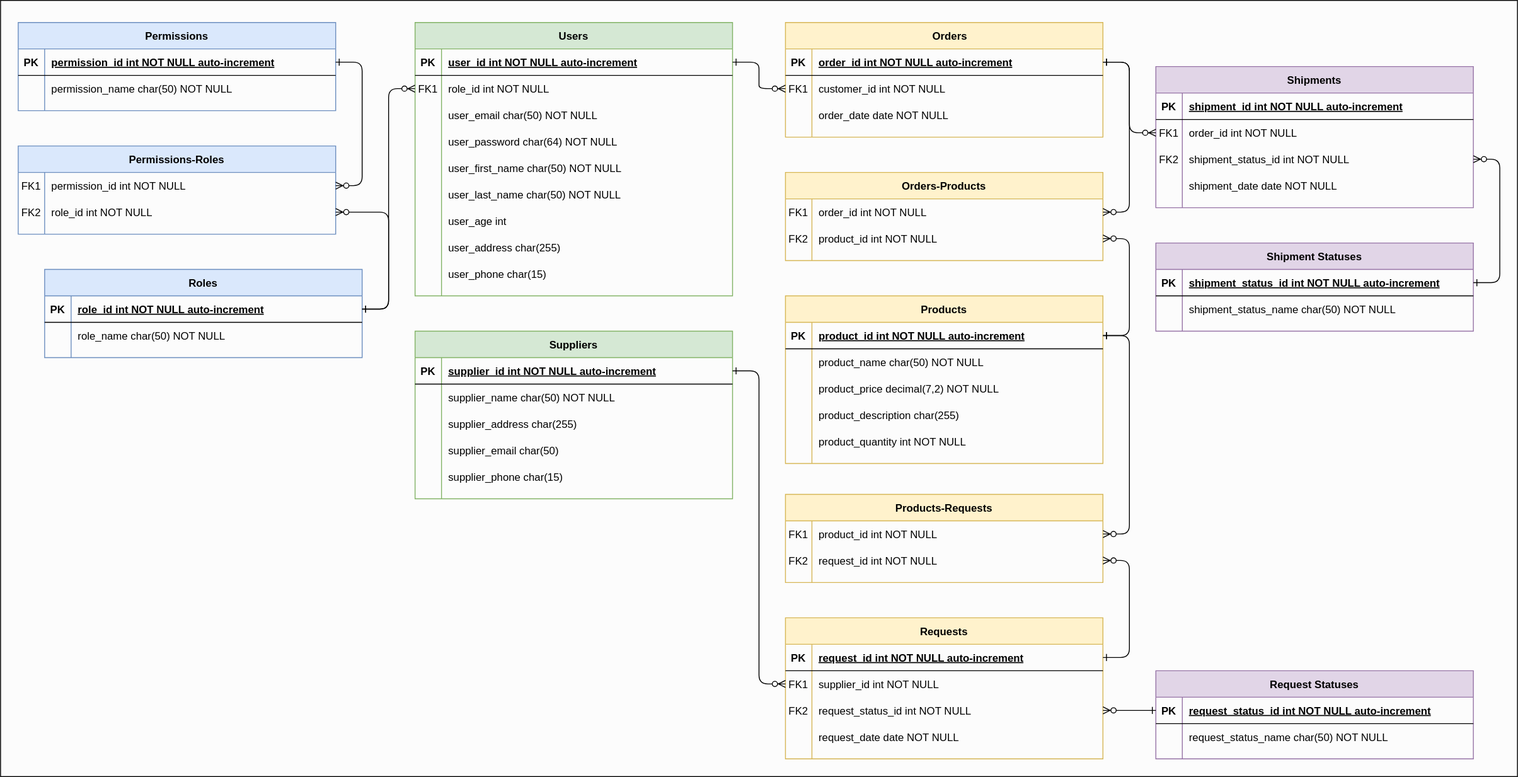
Before: assets/database-entity-relation.svg, a diagram exported from draw.io (gajaguar/architectural-challenge-1). Source tidied: cells renumbered, new cells last; positions are measured from the earlier drawing's top-left corner, leaving out a move shared by most shapes.
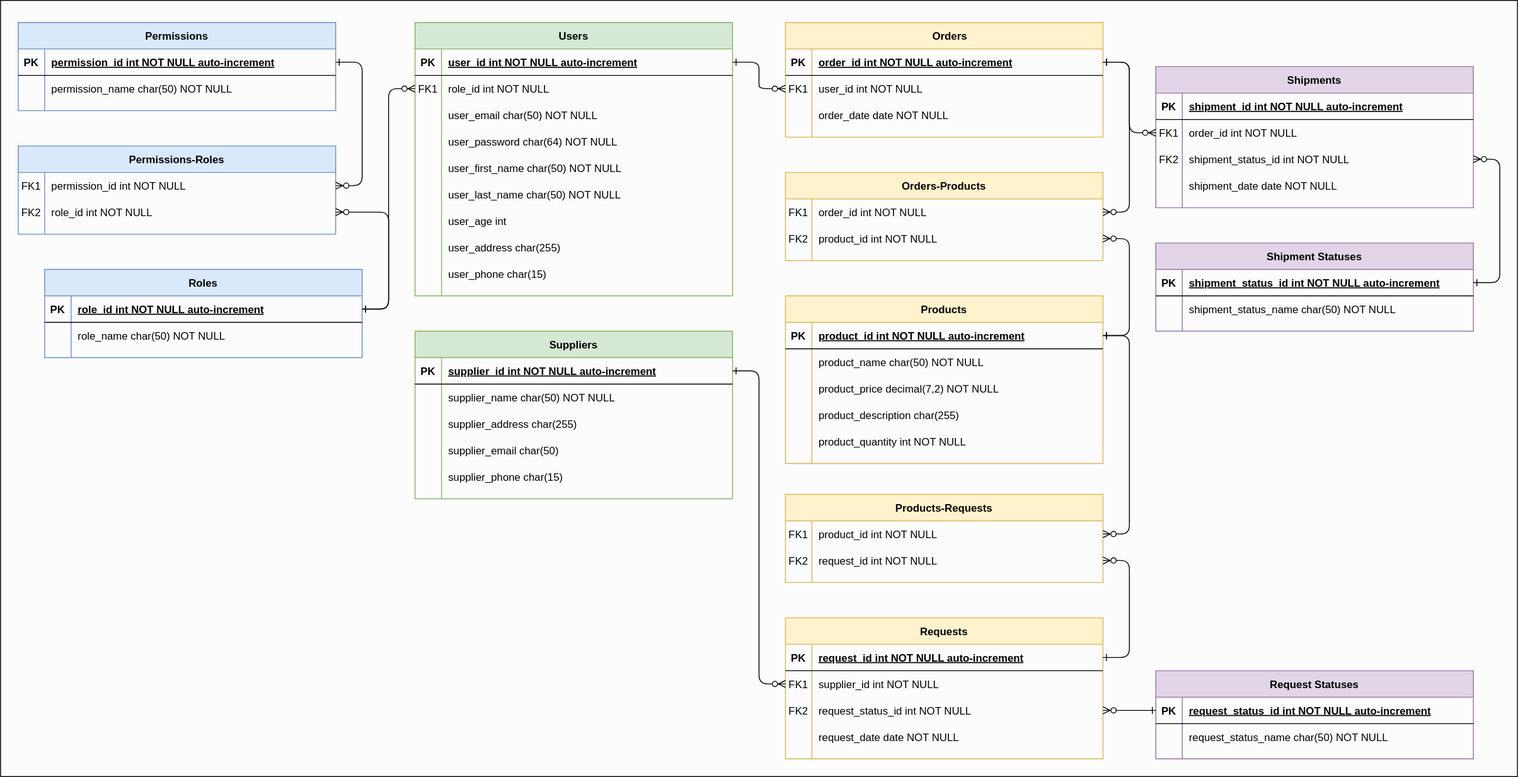
The same diagram one commit later.

Commit message:
🍱 chore(assets): fix `customer_id` attribute name

Belongs to `orders` table, renamed to `users_id`.

Diff of the diagram source:
```diff
@@ -26,7 +26,7 @@
     <mxCell id="9" value="FK1" style="shape=partialRectangle;overflow=hidden;fillColor=none;top=0;left=0;bottom=0;right=0;" parent="8" vertex="1">
       <mxGeometry width="30" height="30" as="geometry" />
     </mxCell>
-    <mxCell id="10" value="customer_id int NOT NULL" style="shape=partialRectangle;overflow=hidden;fillColor=none;top=0;left=0;bottom=0;right=0;align=left;spacingLeft=6;" parent="8" vertex="1">
+    <mxCell id="10" value="user_id int NOT NULL" style="shape=partialRectangle;overflow=hidden;fillColor=none;top=0;left=0;bottom=0;right=0;align=left;spacingLeft=6;" parent="8" vertex="1">
       <mxGeometry x="30" width="330" height="30" as="geometry" />
     </mxCell>
     <mxCell id="11" style="shape=partialRectangle;fillColor=none;top=0;left=0;right=0;bottom=0;" parent="4" vertex="1">
```
